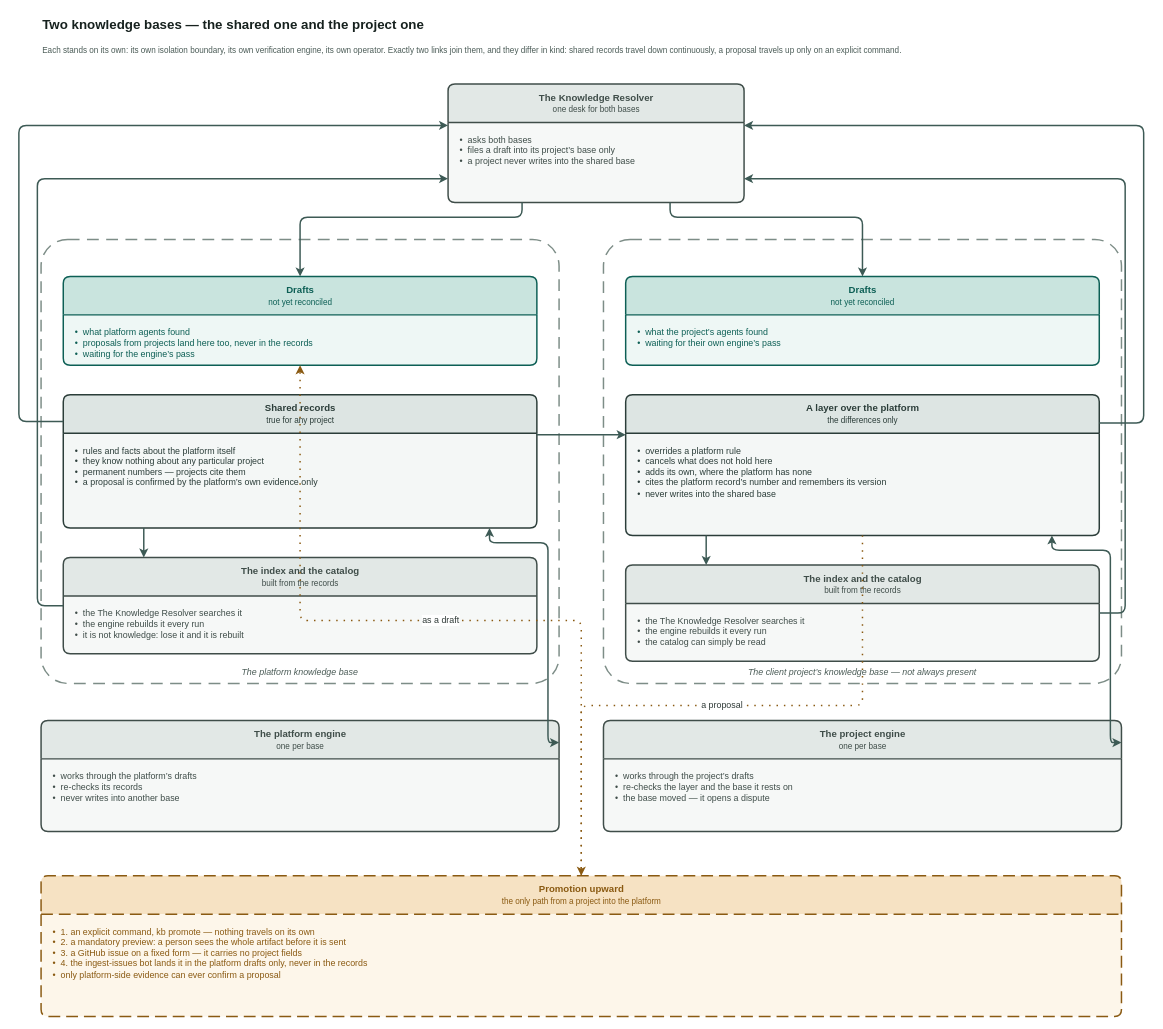
VirtoCommerce/ai-tools keeps this draw.io diagram as page "Two knowledge bases" (2 of 7) of docs/adr/adr-knowledge-base-v3-overview.drawio. Above is the earlier version. Source tidied: cells renumbered, new cells numbered last; positions are measured from the earlier drawing's top-left corner, leaving out a move shared by most shapes. Both pictures are drawn from the tidied source at 74%, with x=0, y=0 at pixel (18, 13).
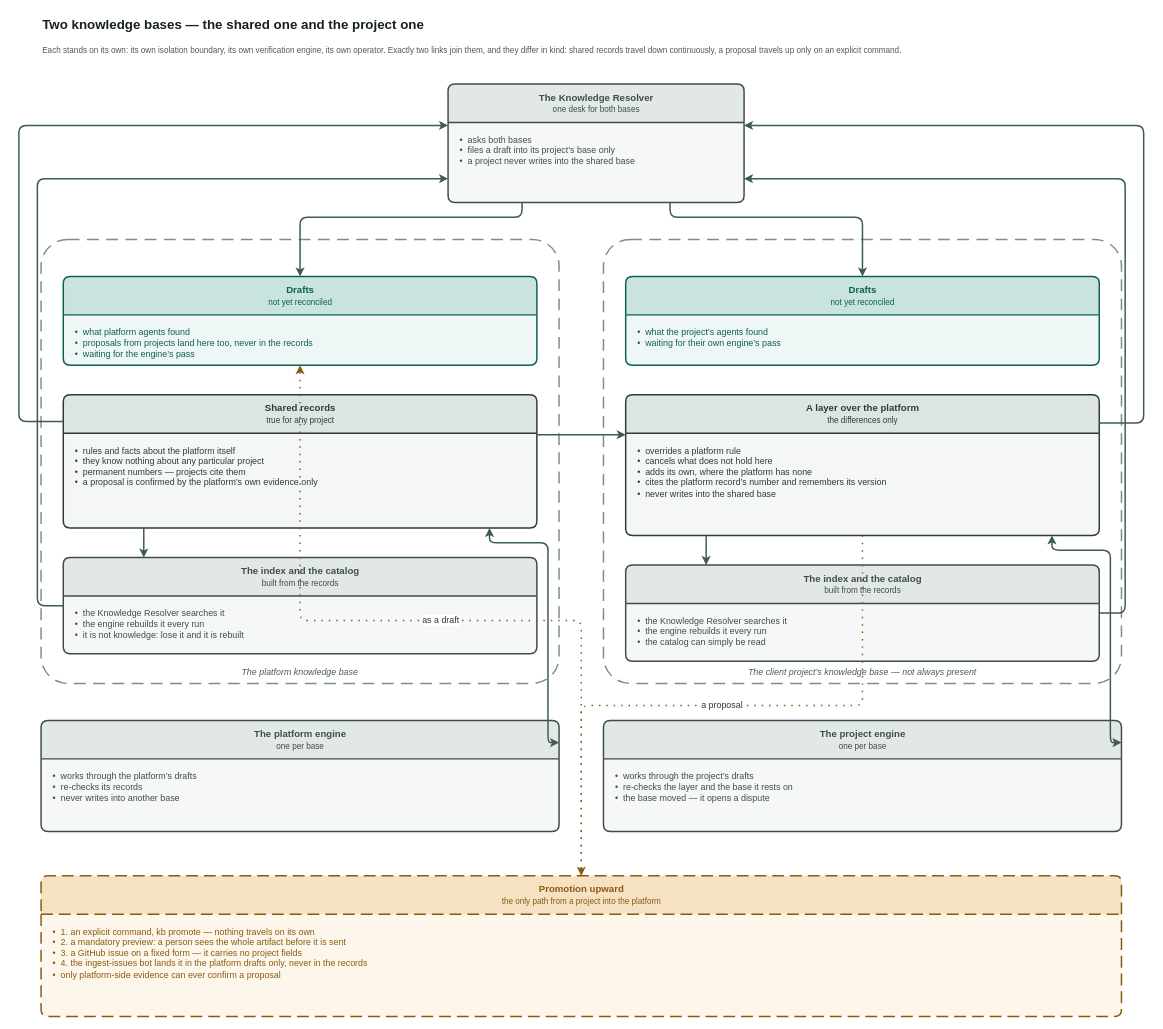
The same page after the edit.

The change refers to these unchanged cells:
```xml
<mxCell id="16" value="The index and the catalog&lt;br&gt;&lt;span style=&quot;font-size:11px;font-weight:normal&quot;&gt;built from the records&lt;/span&gt;" style="swimlane;html=1;rounded=1;arcSize=6;startSize=52;horizontal=1;fillColor=#e2e8e6;swimlaneFillColor=#f6f8f7;strokeColor=#3f4d49;fontColor=#3f4d49;fontSize=13;fontStyle=1;align=center;verticalAlign=middle;strokeWidth=2;fontFamily=Helvetica;" parent="1" vertex="1">
  <mxGeometry x="60" y="736" width="640" height="130" as="geometry" />
</mxCell>
<mxCell id="18" value="The index and the catalog&lt;br&gt;&lt;span style=&quot;font-size:11px;font-weight:normal&quot;&gt;built from the records&lt;/span&gt;" style="swimlane;html=1;rounded=1;arcSize=6;startSize=52;horizontal=1;fillColor=#e2e8e6;swimlaneFillColor=#f6f8f7;strokeColor=#3f4d49;fontColor=#3f4d49;fontSize=13;fontStyle=1;align=center;verticalAlign=middle;strokeWidth=2;fontFamily=Helvetica;" parent="1" vertex="1">
  <mxGeometry x="820" y="746" width="640" height="130" as="geometry" />
</mxCell>
```

What changed in the source:
```diff
@@
-    <mxCell id="17" value="•&amp;nbsp; the The Knowledge Resolver searches it&lt;br&gt;•&amp;nbsp; the engine rebuilds it every run&lt;br&gt;•&amp;nbsp; it is not knowledge: lose it and it is rebuilt" style="text;html=1;align=left;verticalAlign=top;whiteSpace=wrap;spacingLeft=14;spacingTop=10;spacingRight=10;fontSize=12;fontColor=#3f4d49;fontFamily=Helvetica;" parent="16" vertex="1">
+    <mxCell id="17" value="•&amp;nbsp; the Knowledge Resolver searches it&lt;br&gt;•&amp;nbsp; the engine rebuilds it every run&lt;br&gt;•&amp;nbsp; it is not knowledge: lose it and it is rebuilt" style="text;html=1;align=left;verticalAlign=top;whiteSpace=wrap;spacingLeft=14;spacingTop=10;spacingRight=10;fontSize=12;fontColor=#3f4d49;fontFamily=Helvetica;" parent="16" vertex="1">
       <mxGeometry y="52" width="640" height="78" as="geometry" />
     </mxCell>
@@
-    <mxCell id="19" value="•&amp;nbsp; the The Knowledge Resolver searches it&lt;br&gt;•&amp;nbsp; the engine rebuilds it every run&lt;br&gt;•&amp;nbsp; the catalog can simply be read" style="text;html=1;align=left;verticalAlign=top;whiteSpace=wrap;spacingLeft=14;spacingTop=10;spacingRight=10;fontSize=12;fontColor=#3f4d49;fontFamily=Helvetica;" parent="18" vertex="1">
+    <mxCell id="19" value="•&amp;nbsp; the Knowledge Resolver searches it&lt;br&gt;•&amp;nbsp; the engine rebuilds it every run&lt;br&gt;•&amp;nbsp; the catalog can simply be read" style="text;html=1;align=left;verticalAlign=top;whiteSpace=wrap;spacingLeft=14;spacingTop=10;spacingRight=10;fontSize=12;fontColor=#3f4d49;fontFamily=Helvetica;" parent="18" vertex="1">
       <mxGeometry y="52" width="640" height="78" as="geometry" />
     </mxCell>
```
